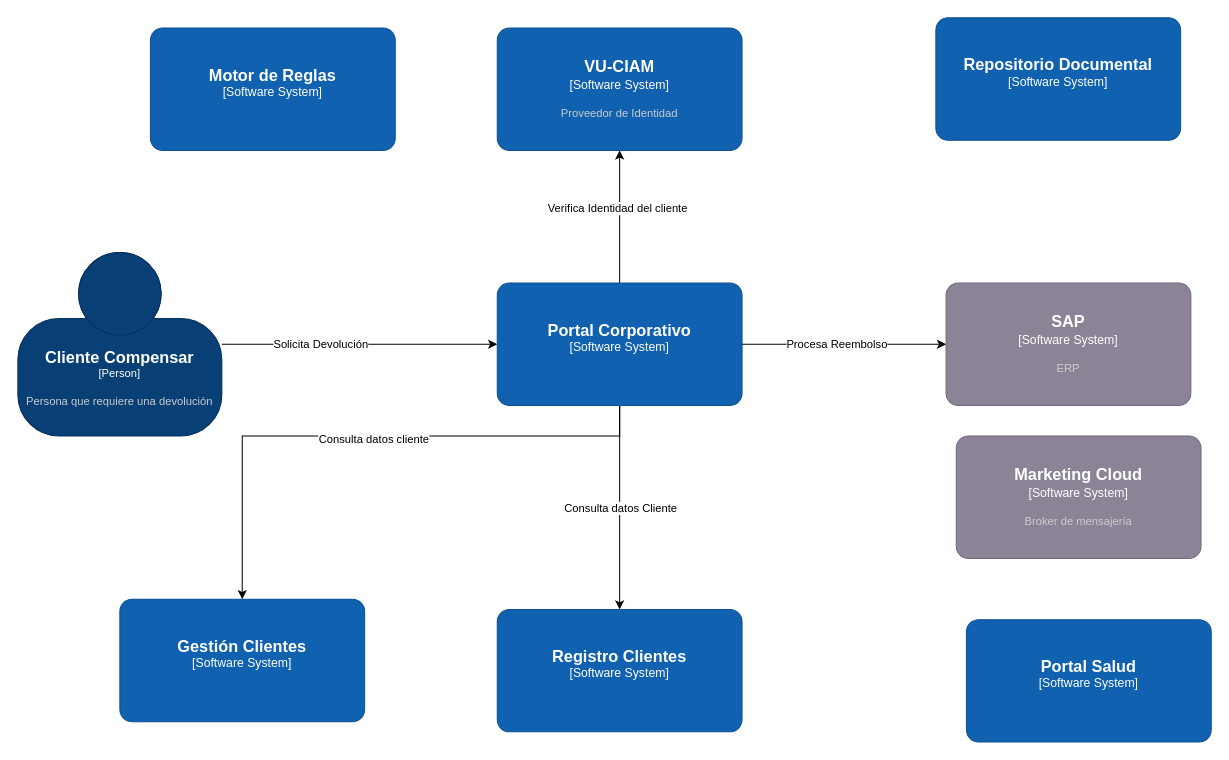
Above: page "Context" (1 of 3) of Devoluciones.drawio in carlosvalderrama1204/diagrams (draw.io), before the change. Source tidied: cells renumbered, new cells numbered last; positions are measured from the earlier drawing's top-left corner, leaving out a move shared by most shapes. Both pictures are drawn from the tidied source at 102%, with x=0, y=0 at pixel (17, 17).
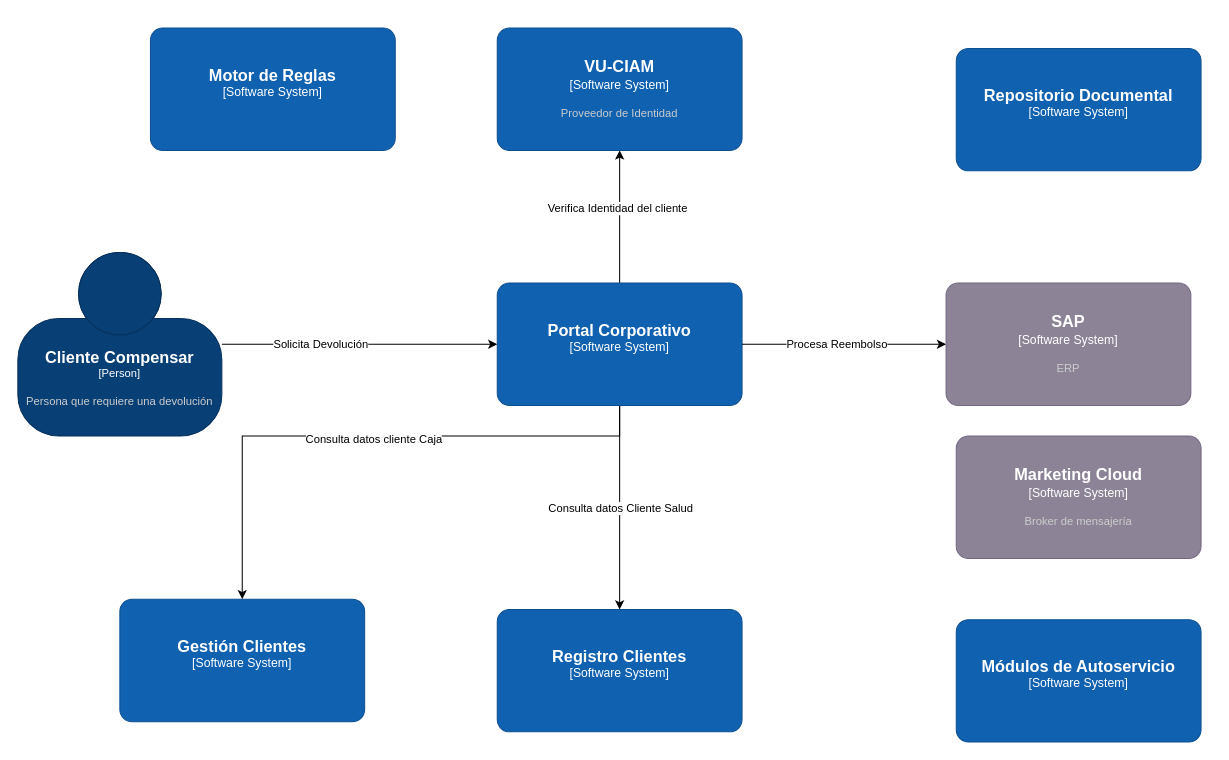
After the change.

Unchanged cells that the change refers to:
```xml
<mxCell id="7" style="edgeStyle=orthogonalEdgeStyle;rounded=0;jettySize=auto;html=1;" parent="1" edge="1" source="11" target="17">
  <mxGeometry relative="1" as="geometry" />
</mxCell>
<mxCell id="9" style="edgeStyle=orthogonalEdgeStyle;rounded=0;jettySize=auto;html=1;" parent="1" edge="1" source="11" target="16">
  <mxGeometry relative="1" as="geometry">
    <Array as="points">
      <mxPoint x="590" y="410" />
      <mxPoint x="220" y="410" />
    </Array>
  </mxGeometry>
</mxCell>
```

What changed in the source:
```diff
@@
-    <mxCell id="8" value="Consulta datos Cliente" style="edgeLabel;html=1;align=center;verticalAlign=middle;" parent="7" vertex="1">
+    <mxCell id="8" value="Consulta datos Cliente Salud" style="edgeLabel;html=1;align=center;verticalAlign=middle;" parent="7" vertex="1">
       <mxGeometry relative="1" as="geometry" />
     </mxCell>
@@
-    <mxCell id="10" value="Consulta datos cliente" style="edgeLabel;html=1;align=center;verticalAlign=middle;" parent="9" vertex="1">
+    <mxCell id="10" value="Consulta datos cliente Caja" style="edgeLabel;html=1;align=center;verticalAlign=middle;" parent="9" vertex="1">
       <mxGeometry x="-0.03" y="2" relative="1" as="geometry" />
     </mxCell>
@@
-    <object id="12" label="&lt;font style=&quot;font-size: 16px&quot;&gt;&lt;b&gt;%c4Name%&lt;/b&gt;&lt;/font&gt;&lt;div&gt;[%c4Type%]&lt;/div&gt;&lt;br&gt;&lt;div&gt;&lt;font style=&quot;font-size: 11px&quot;&gt;&lt;font color=&quot;#cccccc&quot;&gt;%c4Description%&lt;/font&gt;&lt;/div&gt;" c4Description="" c4Name="Portal Salud" c4Type="Software System" placeholders="1">
-      <mxCell style="rounded=1;whiteSpace=wrap;html=1;labelBackgroundColor=none;fillColor=#1061B0;fontColor=#ffffff;align=center;arcSize=10;strokeColor=#0D5091;" parent="1" vertex="1">
-        <mxGeometry x="930" y="590" width="240" height="120" as="geometry" />
-      </mxCell>
-    </object>
     <object id="13" label="&lt;font style=&quot;font-size: 16px&quot;&gt;&lt;b&gt;%c4Name%&lt;/b&gt;&lt;/font&gt;&lt;div&gt;[%c4Type%]&lt;/div&gt;&lt;br&gt;&lt;div&gt;&lt;font style=&quot;font-size: 11px&quot;&gt;&lt;font color=&quot;#cccccc&quot;&gt;%c4Description%&lt;/font&gt;&lt;/div&gt;" c4Description="" c4Name="Repositorio Documental" c4Type="Software System" placeholders="1">
       <mxCell style="rounded=1;whiteSpace=wrap;html=1;labelBackgroundColor=none;fillColor=#1061B0;fontColor=#ffffff;align=center;arcSize=10;strokeColor=#0D5091;" parent="1" vertex="1">
-        <mxGeometry x="900" width="240" height="120" as="geometry" />
+        <mxGeometry x="920" y="30" width="240" height="120" as="geometry" />
       </mxCell>
     </object>
@@
+    <object id="12" label="&lt;font style=&quot;font-size: 16px&quot;&gt;&lt;b&gt;%c4Name%&lt;/b&gt;&lt;/font&gt;&lt;div&gt;[%c4Type%]&lt;/div&gt;&lt;br&gt;&lt;div&gt;&lt;font style=&quot;font-size: 11px&quot;&gt;&lt;font color=&quot;#cccccc&quot;&gt;%c4Description%&lt;/font&gt;&lt;/div&gt;" c4Description="" c4Name="Módulos de Autoservicio" c4Type="Software System" placeholders="1">
+      <mxCell style="rounded=1;whiteSpace=wrap;html=1;labelBackgroundColor=none;fillColor=#1061B0;fontColor=#ffffff;align=center;arcSize=10;strokeColor=#0D5091;" parent="1" vertex="1">
+        <mxGeometry x="920" y="590" width="240" height="120" as="geometry" />
+      </mxCell>
+    </object>
```
